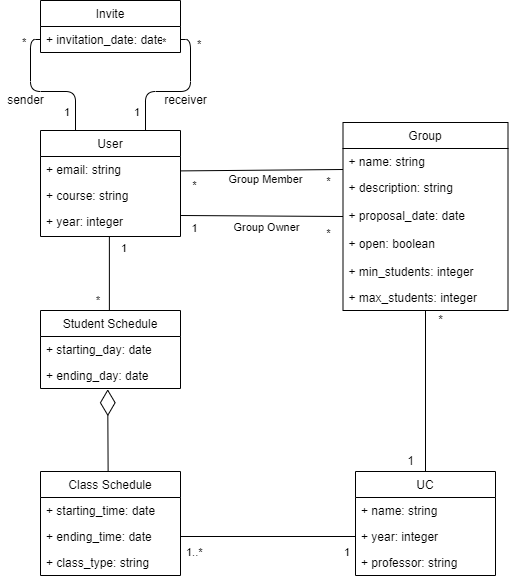
The draw.io diagram images/DomainModel.png in tomasnr13/FEUP-ESOF, before a commit. Source tidied: cells renumbered, new cells last; positions are measured from the earlier drawing's top-left corner, leaving out a move shared by most shapes.
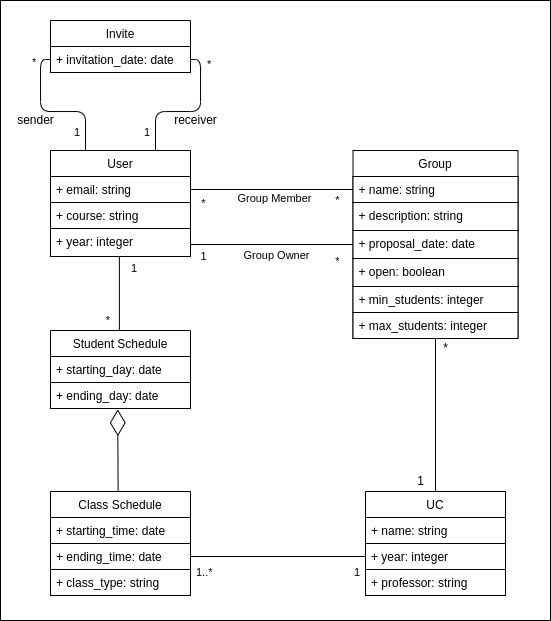
Above is the later version.

Commit message:
Updated Domain Model

What changed in the source:
```diff
@@ -2,162 +2,158 @@
   <root>
     <mxCell id="0" />
     <mxCell id="1" parent="0" />
+    <mxCell id="53" style="rounded=0;whiteSpace=wrap;html=1;" parent="1" vertex="1">
+      <mxGeometry x="-10" y="-20" width="550" height="620" as="geometry" />
+    </mxCell>
-    <mxCell id="2" value="User" style="swimlane;fontStyle=0;horizontal=1;startSize=26;fillColor=none;" parent="1" vertex="1">
+    <mxCell id="2" value="User" style="swimlane;fontStyle=0;horizontal=1;startSize=26;fillColor=#ffffff;labelBackgroundColor=none;strokeColor=default;" parent="1" vertex="1">
       <mxGeometry x="40" y="130" width="140" height="106" as="geometry" />
     </mxCell>
-    <mxCell id="3" value="+ email: string" style="text;strokeColor=none;fillColor=none;align=left;verticalAlign=top;spacingLeft=4;spacingRight=4;overflow=hidden;points=[[0,0.5],[1,0.5]];portConstraint=eastwest;" parent="2" vertex="1">
+    <mxCell id="3" value="+ email: string" style="text;strokeColor=default;fillColor=#FFFFFF;align=left;verticalAlign=top;spacingLeft=4;spacingRight=4;overflow=hidden;points=[[0,0.5],[1,0.5]];portConstraint=eastwest;labelBackgroundColor=none;" parent="2" vertex="1">
       <mxGeometry y="26" width="140" height="26" as="geometry" />
     </mxCell>
-    <mxCell id="4" value="+ course: string" style="text;strokeColor=none;fillColor=none;align=left;verticalAlign=top;spacingLeft=4;spacingRight=4;overflow=hidden;" parent="2" vertex="1">
+    <mxCell id="4" value="+ course: string" style="text;strokeColor=default;fillColor=#FFFFFF;align=left;verticalAlign=top;spacingLeft=4;spacingRight=4;overflow=hidden;labelBackgroundColor=none;" parent="2" vertex="1">
       <mxGeometry y="52" width="140" height="26" as="geometry" />
     </mxCell>
-    <mxCell id="5" value="+ year: integer&#10;&#10;" style="text;strokeColor=none;fillColor=none;align=left;verticalAlign=top;spacingLeft=4;spacingRight=4;overflow=hidden;points=[[0,0.5],[1,0.5]];portConstraint=eastwest;" parent="2" vertex="1">
+    <mxCell id="5" value="+ year: integer&#10;&#10;" style="text;strokeColor=default;fillColor=#FFFFFF;align=left;verticalAlign=top;spacingLeft=4;spacingRight=4;overflow=hidden;points=[[0,0.5],[1,0.5]];portConstraint=eastwest;labelBackgroundColor=none;" parent="2" vertex="1">
       <mxGeometry y="78" width="140" height="28" as="geometry" />
     </mxCell>
-    <mxCell id="6" value="Group" style="swimlane;fontStyle=0;horizontal=1;startSize=26;fillColor=none;" parent="1" vertex="1">
-      <mxGeometry x="342.5" y="122" width="165" height="188" as="geometry" />
+    <mxCell id="6" value="Group" style="swimlane;fontStyle=0;horizontal=1;startSize=26;fillColor=#ffffff;labelBackgroundColor=none;" parent="1" vertex="1">
+      <mxGeometry x="342.5" y="130" width="165" height="188" as="geometry" />
     </mxCell>
-    <mxCell id="7" value="+ name: string" style="text;strokeColor=none;fillColor=none;align=left;verticalAlign=top;spacingLeft=4;spacingRight=4;overflow=hidden;points=[[0,0.5],[1,0.5]];portConstraint=eastwest;" parent="6" vertex="1">
+    <mxCell id="7" value="+ name: string" style="text;strokeColor=default;fillColor=#FFFFFF;align=left;verticalAlign=top;spacingLeft=4;spacingRight=4;overflow=hidden;points=[[0,0.5],[1,0.5]];portConstraint=eastwest;labelBackgroundColor=none;" parent="6" vertex="1">
       <mxGeometry y="26" width="165" height="26" as="geometry" />
     </mxCell>
-    <mxCell id="8" value="+ description: string&#10;" style="text;strokeColor=none;fillColor=none;align=left;verticalAlign=top;spacingLeft=4;spacingRight=4;overflow=hidden;" parent="6" vertex="1">
+    <mxCell id="8" value="+ description: string&#10;" style="text;strokeColor=default;fillColor=#FFFFFF;align=left;verticalAlign=top;spacingLeft=4;spacingRight=4;overflow=hidden;labelBackgroundColor=none;" parent="6" vertex="1">
       <mxGeometry y="52" width="165" height="28" as="geometry" />
     </mxCell>
-    <mxCell id="9" value="+ proposal_date: date&#10;" style="text;strokeColor=none;fillColor=none;align=left;verticalAlign=top;spacingLeft=4;spacingRight=4;overflow=hidden;points=[[0,0.5],[1,0.5]];portConstraint=eastwest;" parent="6" vertex="1">
+    <mxCell id="9" value="+ proposal_date: date&#10;" style="text;strokeColor=default;fillColor=#FFFFFF;align=left;verticalAlign=top;spacingLeft=4;spacingRight=4;overflow=hidden;points=[[0,0.5],[1,0.5]];portConstraint=eastwest;labelBackgroundColor=none;" parent="6" vertex="1">
       <mxGeometry y="80" width="165" height="28" as="geometry" />
     </mxCell>
-    <mxCell id="10" value="+ open: boolean&#10;" style="text;strokeColor=none;fillColor=none;align=left;verticalAlign=top;spacingLeft=4;spacingRight=4;overflow=hidden;" parent="6" vertex="1">
+    <mxCell id="10" value="+ open: boolean&#10;" style="text;strokeColor=default;fillColor=#FFFFFF;align=left;verticalAlign=top;spacingLeft=4;spacingRight=4;overflow=hidden;labelBackgroundColor=none;" parent="6" vertex="1">
       <mxGeometry y="108" width="165" height="28" as="geometry" />
     </mxCell>
-    <mxCell id="11" value="+ min_students: integer" style="text;strokeColor=none;fillColor=none;align=left;verticalAlign=top;spacingLeft=4;spacingRight=4;overflow=hidden;" parent="6" vertex="1">
+    <mxCell id="11" value="+ min_students: integer" style="text;strokeColor=default;fillColor=#FFFFFF;align=left;verticalAlign=top;spacingLeft=4;spacingRight=4;overflow=hidden;labelBackgroundColor=none;" parent="6" vertex="1">
       <mxGeometry y="136" width="165" height="26" as="geometry" />
     </mxCell>
-    <mxCell id="12" value="+ max_students: integer" style="text;strokeColor=none;fillColor=none;align=left;verticalAlign=top;spacingLeft=4;spacingRight=4;overflow=hidden;" parent="6" vertex="1">
+    <mxCell id="12" value="+ max_students: integer" style="text;strokeColor=default;fillColor=#FFFFFF;align=left;verticalAlign=top;spacingLeft=4;spacingRight=4;overflow=hidden;labelBackgroundColor=none;" parent="6" vertex="1">
       <mxGeometry y="162" width="165" height="26" as="geometry" />
     </mxCell>
-    <mxCell id="13" value="UC" style="swimlane;fontStyle=0;horizontal=1;startSize=26;fillColor=none;" parent="1" vertex="1">
+    <mxCell id="13" value="UC" style="swimlane;fontStyle=0;horizontal=1;startSize=26;fillColor=#ffffff;labelBackgroundColor=none;" parent="1" vertex="1">
       <mxGeometry x="355" y="471" width="140" height="104" as="geometry" />
     </mxCell>
-    <mxCell id="14" value="+ name: string" style="text;strokeColor=none;fillColor=none;align=left;verticalAlign=top;spacingLeft=4;spacingRight=4;overflow=hidden;" parent="13" vertex="1">
+    <mxCell id="14" value="+ name: string" style="text;strokeColor=default;fillColor=#FFFFFF;align=left;verticalAlign=top;spacingLeft=4;spacingRight=4;overflow=hidden;labelBackgroundColor=none;" parent="13" vertex="1">
       <mxGeometry y="26" width="140" height="26" as="geometry" />
     </mxCell>
-    <mxCell id="15" value="+ year: integer" style="text;strokeColor=none;fillColor=none;align=left;verticalAlign=top;spacingLeft=4;spacingRight=4;overflow=hidden;points=[[0,0.5],[1,0.5]];portConstraint=eastwest;" parent="13" vertex="1">
+    <mxCell id="15" value="+ year: integer" style="text;strokeColor=default;fillColor=#FFFFFF;align=left;verticalAlign=top;spacingLeft=4;spacingRight=4;overflow=hidden;points=[[0,0.5],[1,0.5]];portConstraint=eastwest;labelBackgroundColor=none;" parent="13" vertex="1">
       <mxGeometry y="52" width="140" height="26" as="geometry" />
     </mxCell>
-    <mxCell id="16" value="+ professor: string" style="text;strokeColor=none;fillColor=none;align=left;verticalAlign=top;spacingLeft=4;spacingRight=4;overflow=hidden;" parent="13" vertex="1">
+    <mxCell id="16" value="+ professor: string" style="text;strokeColor=default;fillColor=#FFFFFF;align=left;verticalAlign=top;spacingLeft=4;spacingRight=4;overflow=hidden;labelBackgroundColor=none;" parent="13" vertex="1">
       <mxGeometry y="78" width="140" height="26" as="geometry" />
     </mxCell>
-    <mxCell id="17" value="Class Schedule" style="swimlane;fontStyle=0;horizontal=1;startSize=26;fillColor=none;" parent="1" vertex="1">
+    <mxCell id="17" value="Class Schedule" style="swimlane;fontStyle=0;horizontal=1;startSize=26;fillColor=#ffffff;labelBackgroundColor=none;" parent="1" vertex="1">
       <mxGeometry x="40" y="471" width="140" height="104" as="geometry" />
     </mxCell>
-    <mxCell id="18" value="+ starting_time: date" style="text;strokeColor=none;fillColor=none;align=left;verticalAlign=top;spacingLeft=4;spacingRight=4;overflow=hidden;" parent="17" vertex="1">
+    <mxCell id="18" value="+ starting_time: date" style="text;strokeColor=default;fillColor=#FFFFFF;align=left;verticalAlign=top;spacingLeft=4;spacingRight=4;overflow=hidden;labelBackgroundColor=none;" parent="17" vertex="1">
       <mxGeometry y="26" width="140" height="26" as="geometry" />
     </mxCell>
-    <mxCell id="19" value="+ ending_time: date" style="text;strokeColor=none;fillColor=none;align=left;verticalAlign=top;spacingLeft=4;spacingRight=4;overflow=hidden;points=[[0,0.5],[1,0.5]];portConstraint=eastwest;" parent="17" vertex="1">
+    <mxCell id="19" value="+ ending_time: date" style="text;strokeColor=default;fillColor=#FFFFFF;align=left;verticalAlign=top;spacingLeft=4;spacingRight=4;overflow=hidden;points=[[0,0.5],[1,0.5]];portConstraint=eastwest;labelBackgroundColor=none;" parent="17" vertex="1">
       <mxGeometry y="52" width="140" height="26" as="geometry" />
     </mxCell>
-    <mxCell id="20" value="+ class_type: string" style="text;strokeColor=none;fillColor=none;align=left;verticalAlign=top;spacingLeft=4;spacingRight=4;overflow=hidden;" parent="17" vertex="1">
+    <mxCell id="20" value="+ class_type: string" style="text;strokeColor=default;fillColor=#FFFFFF;align=left;verticalAlign=top;spacingLeft=4;spacingRight=4;overflow=hidden;labelBackgroundColor=none;" parent="17" vertex="1">
       <mxGeometry y="78" width="140" height="26" as="geometry" />
     </mxCell>
-    <mxCell id="21" value="Student Schedule" style="swimlane;fontStyle=0;horizontal=1;startSize=26;fillColor=none;" parent="1" vertex="1">
+    <mxCell id="21" value="Student Schedule" style="swimlane;fontStyle=0;horizontal=1;startSize=26;fillColor=#ffffff;labelBackgroundColor=none;" parent="1" vertex="1">
       <mxGeometry x="40" y="310" width="140" height="78" as="geometry" />
     </mxCell>
-    <mxCell id="22" value="+ starting_day: date" style="text;strokeColor=none;fillColor=none;align=left;verticalAlign=top;spacingLeft=4;spacingRight=4;overflow=hidden;" parent="21" vertex="1">
+    <mxCell id="22" value="+ starting_day: date" style="text;strokeColor=default;fillColor=#FFFFFF;align=left;verticalAlign=top;spacingLeft=4;spacingRight=4;overflow=hidden;labelBackgroundColor=none;" parent="21" vertex="1">
       <mxGeometry y="26" width="140" height="26" as="geometry" />
     </mxCell>
-    <mxCell id="23" value="+ ending_day: date" style="text;strokeColor=none;fillColor=none;align=left;verticalAlign=top;spacingLeft=4;spacingRight=4;overflow=hidden;points=[[0,0.5],[1,0.5]];portConstraint=eastwest;" parent="21" vertex="1">
+    <mxCell id="23" value="+ ending_day: date" style="text;strokeColor=default;fillColor=#FFFFFF;align=left;verticalAlign=top;spacingLeft=4;spacingRight=4;overflow=hidden;points=[[0,0.5],[1,0.5]];portConstraint=eastwest;labelBackgroundColor=none;" parent="21" vertex="1">
       <mxGeometry y="52" width="140" height="26" as="geometry" />
     </mxCell>
-    <mxCell id="24" value="Invite" style="swimlane;fontStyle=0;horizontal=1;startSize=26;fillColor=none;" parent="1" vertex="1">
+    <mxCell id="24" value="Invite" style="swimlane;fontStyle=0;horizontal=1;startSize=26;fillColor=default;labelBackgroundColor=none;swimlaneLine=1;shadow=0;strokeColor=default;" parent="1" vertex="1">
       <mxGeometry x="40" width="140" height="52" as="geometry" />
     </mxCell>
-    <mxCell id="25" value="+ invitation_date: date" style="text;strokeColor=none;fillColor=none;align=left;verticalAlign=top;spacingLeft=4;spacingRight=4;overflow=hidden;points=[[0,0.5],[1,0.5]];portConstraint=eastwest;" parent="24" vertex="1">
+    <mxCell id="25" value="+ invitation_date: date" style="text;strokeColor=default;fillColor=#FFFFFF;align=left;verticalAlign=top;spacingLeft=4;spacingRight=4;overflow=hidden;points=[[0,0.5],[1,0.5]];portConstraint=eastwest;labelBackgroundColor=none;" parent="24" vertex="1">
       <mxGeometry y="26" width="140" height="26" as="geometry" />
     </mxCell>
-    <mxCell id="26" style="edgeStyle=none;html=1;strokeColor=default;endArrow=none;endFill=0;entryX=0;entryY=0.5;entryDx=0;entryDy=0;" parent="1" edge="1" target="9">
-      <mxGeometry relative="1" as="geometry">
-        <mxPoint x="180" y="215" as="sourcePoint" />
-      </mxGeometry>
+    <mxCell id="26" style="edgeStyle=none;html=1;strokeColor=default;endArrow=none;endFill=0;labelBackgroundColor=none;exitX=1;exitY=0.571;exitDx=0;exitDy=0;entryX=0;entryY=0.5;entryDx=0;entryDy=0;exitPerimeter=0;" parent="1" edge="1" source="5" target="6">
+      <mxGeometry relative="1" as="geometry" />
     </mxCell>
-    <mxCell id="27" value="Group Owner" style="edgeLabel;html=1;align=center;verticalAlign=middle;" parent="26" vertex="1">
+    <mxCell id="27" value="Group Owner" style="edgeLabel;html=1;align=center;verticalAlign=middle;labelBackgroundColor=none;" parent="26" vertex="1">
       <mxGeometry x="-0.29" relative="1" as="geometry">
         <mxPoint x="28" y="11" as="offset" />
       </mxGeometry>
     </mxCell>
-    <mxCell id="28" value="1" style="edgeLabel;html=1;align=center;verticalAlign=middle;" parent="26" vertex="1">
+    <mxCell id="28" value="1" style="edgeLabel;html=1;align=center;verticalAlign=middle;labelBackgroundColor=none;" parent="26" vertex="1">
       <mxGeometry x="-0.84" y="4" relative="1" as="geometry">
         <mxPoint y="16" as="offset" />
       </mxGeometry>
     </mxCell>
-    <mxCell id="29" value="*" style="edgeLabel;html=1;align=center;verticalAlign=middle;" parent="26" vertex="1">
+    <mxCell id="29" value="*" style="edgeLabel;html=1;align=center;verticalAlign=middle;labelBackgroundColor=none;" parent="26" vertex="1">
       <mxGeometry x="0.81" y="2" relative="1" as="geometry">
         <mxPoint y="19" as="offset" />
       </mxGeometry>
     </mxCell>
-    <mxCell id="30" style="endArrow=none;html=1;edgeStyle=orthogonalEdgeStyle;entryX=0;entryY=0.5;entryDx=0;entryDy=0;exitX=1;exitY=0.5;exitDx=0;exitDy=0;" parent="1" edge="1" source="19" target="15">
+    <mxCell id="30" style="endArrow=none;html=1;edgeStyle=orthogonalEdgeStyle;entryX=0;entryY=0.5;entryDx=0;entryDy=0;exitX=1;exitY=0.5;exitDx=0;exitDy=0;labelBackgroundColor=none;" parent="1" edge="1" source="19" target="15">
       <mxGeometry relative="1" as="geometry" />
     </mxCell>
-    <mxCell id="31" value="1..*" style="edgeLabel;html=1;align=left;verticalAlign=bottom;" parent="30" vertex="1">
+    <mxCell id="31" value="1..*" style="edgeLabel;html=1;align=left;verticalAlign=bottom;labelBackgroundColor=none;" parent="30" vertex="1">
       <mxGeometry x="-1" relative="1" as="geometry">
         <mxPoint x="4" y="24" as="offset" />
       </mxGeometry>
     </mxCell>
-    <mxCell id="32" value="1" style="edgeLabel;html=1;align=right;verticalAlign=bottom;" parent="30" vertex="1">
+    <mxCell id="32" value="1" style="edgeLabel;html=1;align=right;verticalAlign=bottom;labelBackgroundColor=none;" parent="30" vertex="1">
       <mxGeometry x="1" relative="1" as="geometry">
         <mxPoint x="-5" y="24" as="offset" />
       </mxGeometry>
     </mxCell>
-    <mxCell id="33" style="endArrow=none;html=1;edgeStyle=orthogonalEdgeStyle;entryX=0.25;entryY=0;entryDx=0;entryDy=0;exitX=0;exitY=0.5;exitDx=0;exitDy=0;" parent="1" edge="1" source="25" target="2">
+    <mxCell id="33" style="endArrow=none;html=1;edgeStyle=orthogonalEdgeStyle;entryX=0.25;entryY=0;entryDx=0;entryDy=0;exitX=0;exitY=0.5;exitDx=0;exitDy=0;labelBackgroundColor=none;" parent="1" edge="1" source="25" target="2">
       <mxGeometry relative="1" as="geometry" />
     </mxCell>
-    <mxCell id="34" value="*" style="edgeLabel;html=1;align=left;verticalAlign=bottom;" parent="33" vertex="1">
+    <mxCell id="34" value="*" style="edgeLabel;html=1;align=left;verticalAlign=bottom;labelBackgroundColor=none;" parent="33" vertex="1">
       <mxGeometry x="-1" relative="1" as="geometry">
         <mxPoint x="-20" y="11" as="offset" />
       </mxGeometry>
     </mxCell>
-    <mxCell id="35" value="1" style="edgeLabel;html=1;align=right;verticalAlign=bottom;" parent="33" vertex="1">
+    <mxCell id="35" value="1" style="edgeLabel;html=1;align=right;verticalAlign=bottom;labelBackgroundColor=none;" parent="33" vertex="1">
       <mxGeometry x="1" relative="1" as="geometry">
         <mxPoint x="-5" y="-10" as="offset" />
       </mxGeometry>
     </mxCell>
-    <mxCell id="36" value="sender" style="text;html=1;align=center;verticalAlign=middle;strokeColor=none;fillColor=none;" parent="1" vertex="1">
+    <mxCell id="36" value="sender" style="text;html=1;align=center;verticalAlign=middle;strokeColor=none;fillColor=none;labelBackgroundColor=none;" parent="1" vertex="1">
       <mxGeometry y="90" width="50" height="20" as="geometry" />
     </mxCell>
-    <mxCell id="37" style="endArrow=none;html=1;edgeStyle=orthogonalEdgeStyle;entryX=0.75;entryY=0;entryDx=0;entryDy=0;exitX=1;exitY=0.5;exitDx=0;exitDy=0;" parent="1" edge="1" source="25" target="2">
+    <mxCell id="37" style="endArrow=none;html=1;edgeStyle=orthogonalEdgeStyle;entryX=0.75;entryY=0;entryDx=0;entryDy=0;exitX=1;exitY=0.5;exitDx=0;exitDy=0;labelBackgroundColor=none;" parent="1" edge="1" source="25" target="2">
       <mxGeometry relative="1" as="geometry" />
     </mxCell>
-    <mxCell id="38" value="*" style="edgeLabel;html=1;align=left;verticalAlign=bottom;" parent="37" vertex="1">
-      <mxGeometry x="-1" relative="1" as="geometry">
-        <mxPoint x="-20" y="11" as="offset" />
-      </mxGeometry>
-    </mxCell>
-    <mxCell id="39" value="1" style="edgeLabel;html=1;align=right;verticalAlign=bottom;" parent="37" vertex="1">
+    <mxCell id="39" value="1" style="edgeLabel;html=1;align=right;verticalAlign=bottom;labelBackgroundColor=none;" parent="37" vertex="1">
       <mxGeometry x="1" relative="1" as="geometry">
         <mxPoint x="-5" y="-10" as="offset" />
       </mxGeometry>
     </mxCell>
-    <mxCell id="40" value="*" style="edgeLabel;html=1;align=left;verticalAlign=bottom;" parent="1" vertex="1">
+    <mxCell id="40" value="*" style="edgeLabel;html=1;align=left;verticalAlign=bottom;labelBackgroundColor=none;" parent="1" vertex="1">
       <mxGeometry x="195" y="52" as="geometry" />
     </mxCell>
-    <mxCell id="41" style="edgeStyle=none;html=1;strokeColor=default;endArrow=none;endFill=0;entryX=0;entryY=0.25;entryDx=0;entryDy=0;exitX=1.002;exitY=0.554;exitDx=0;exitDy=0;exitPerimeter=0;" parent="1" edge="1" source="3" target="6">
+    <mxCell id="41" style="edgeStyle=none;html=1;strokeColor=default;endArrow=none;endFill=0;labelBackgroundColor=none;exitX=1;exitY=0.5;exitDx=0;exitDy=0;entryX=0;entryY=0.5;entryDx=0;entryDy=0;" parent="1" edge="1" source="3" target="7">
       <mxGeometry relative="1" as="geometry" />
     </mxCell>
-    <mxCell id="42" value="Group Member" style="edgeLabel;html=1;align=center;verticalAlign=middle;" parent="41" vertex="1">
+    <mxCell id="42" value="Group Member" style="edgeLabel;html=1;align=center;verticalAlign=middle;labelBackgroundColor=none;" parent="41" vertex="1">
       <mxGeometry x="-0.29" relative="1" as="geometry">
         <mxPoint x="26" y="9" as="offset" />
       </mxGeometry>
     </mxCell>
-    <mxCell id="43" value="*" style="edgeLabel;html=1;align=center;verticalAlign=middle;" parent="41" vertex="1">
+    <mxCell id="43" value="*" style="edgeLabel;html=1;align=center;verticalAlign=middle;labelBackgroundColor=none;" parent="41" vertex="1">
       <mxGeometry x="-0.84" y="4" relative="1" as="geometry">
         <mxPoint y="18" as="offset" />
       </mxGeometry>
     </mxCell>
-    <mxCell id="44" value="*" style="edgeLabel;html=1;align=center;verticalAlign=middle;" parent="41" vertex="1">
+    <mxCell id="44" value="*" style="edgeLabel;html=1;align=center;verticalAlign=middle;labelBackgroundColor=none;" parent="41" vertex="1">
       <mxGeometry x="0.81" y="2" relative="1" as="geometry">
         <mxPoint y="13" as="offset" />
       </mxGeometry>
     </mxCell>
-    <mxCell id="45" style="endArrow=none;html=1;edgeStyle=orthogonalEdgeStyle;exitX=0.492;exitY=1.01;exitDx=0;exitDy=0;exitPerimeter=0;" parent="1" edge="1" source="5" target="21">
+    <mxCell id="45" style="endArrow=none;html=1;edgeStyle=orthogonalEdgeStyle;exitX=0.492;exitY=1.01;exitDx=0;exitDy=0;exitPerimeter=0;labelBackgroundColor=none;" parent="1" edge="1" source="5" target="21">
       <mxGeometry relative="1" as="geometry">
         <Array as="points">
           <mxPoint x="110" y="310" />
@@ -165,29 +161,29 @@
         </Array>
       </mxGeometry>
     </mxCell>
-    <mxCell id="46" value="1" style="edgeLabel;html=1;align=left;verticalAlign=bottom;" parent="45" vertex="1">
+    <mxCell id="46" value="1" style="edgeLabel;html=1;align=left;verticalAlign=bottom;labelBackgroundColor=none;" parent="45" vertex="1">
       <mxGeometry x="-1" relative="1" as="geometry">
         <mxPoint x="10" y="20" as="offset" />
       </mxGeometry>
     </mxCell>
-    <mxCell id="47" value="*" style="edgeLabel;html=1;align=right;verticalAlign=bottom;" parent="45" vertex="1">
+    <mxCell id="47" value="*" style="edgeLabel;html=1;align=right;verticalAlign=bottom;labelBackgroundColor=none;" parent="45" vertex="1">
       <mxGeometry x="1" relative="1" as="geometry">
         <mxPoint x="-9" y="-2" as="offset" />
       </mxGeometry>
     </mxCell>
-    <mxCell id="48" style="endArrow=diamondThin;endFill=0;endSize=24;html=1;entryX=0.48;entryY=1.029;entryDx=0;entryDy=0;entryPerimeter=0;exitX=0.483;exitY=0.004;exitDx=0;exitDy=0;exitPerimeter=0;" parent="1" edge="1" source="17" target="23">
+    <mxCell id="48" style="endArrow=diamondThin;endFill=0;endSize=24;html=1;entryX=0.48;entryY=1.029;entryDx=0;entryDy=0;entryPerimeter=0;exitX=0.483;exitY=0.004;exitDx=0;exitDy=0;exitPerimeter=0;labelBackgroundColor=none;" parent="1" edge="1" source="17" target="23">
       <mxGeometry relative="1" as="geometry" />
     </mxCell>
-    <mxCell id="49" style="endArrow=none;html=1;edgeStyle=orthogonalEdgeStyle;exitX=0.5;exitY=1;exitDx=0;exitDy=0;entryX=0.5;entryY=0;entryDx=0;entryDy=0;" parent="1" edge="1" source="6" target="13">
+    <mxCell id="49" style="endArrow=none;html=1;edgeStyle=orthogonalEdgeStyle;exitX=0.5;exitY=1;exitDx=0;exitDy=0;entryX=0.5;entryY=0;entryDx=0;entryDy=0;labelBackgroundColor=none;" parent="1" edge="1" source="6" target="13">
       <mxGeometry relative="1" as="geometry" />
     </mxCell>
-    <mxCell id="50" value="*" style="text;html=1;align=center;verticalAlign=middle;strokeColor=none;fillColor=none;fontSize=12;fontFamily=Helvetica;fontColor=default;" parent="1" vertex="1">
-      <mxGeometry x="430" y="310" width="20" height="20" as="geometry" />
+    <mxCell id="50" value="*" style="text;html=1;align=center;verticalAlign=middle;strokeColor=none;fillColor=none;fontSize=12;fontFamily=Helvetica;fontColor=default;labelBackgroundColor=none;" parent="1" vertex="1">
+      <mxGeometry x="425" y="318" width="20" height="20" as="geometry" />
     </mxCell>
-    <mxCell id="51" value="1" style="text;html=1;align=center;verticalAlign=middle;strokeColor=none;fillColor=none;fontSize=12;fontFamily=Helvetica;fontColor=default;" parent="1" vertex="1">
+    <mxCell id="51" value="1" style="text;html=1;align=center;verticalAlign=middle;strokeColor=none;fillColor=none;fontSize=12;fontFamily=Helvetica;fontColor=default;labelBackgroundColor=none;" parent="1" vertex="1">
       <mxGeometry x="400" y="451" width="20" height="20" as="geometry" />
     </mxCell>
-    <mxCell id="52" value="receiver" style="text;html=1;align=center;verticalAlign=middle;strokeColor=none;fillColor=none;" parent="1" vertex="1">
+    <mxCell id="52" value="receiver" style="text;html=1;align=center;verticalAlign=middle;strokeColor=none;fillColor=none;labelBackgroundColor=none;" parent="1" vertex="1">
       <mxGeometry x="155" y="90" width="60" height="20" as="geometry" />
     </mxCell>
   </root>
```
